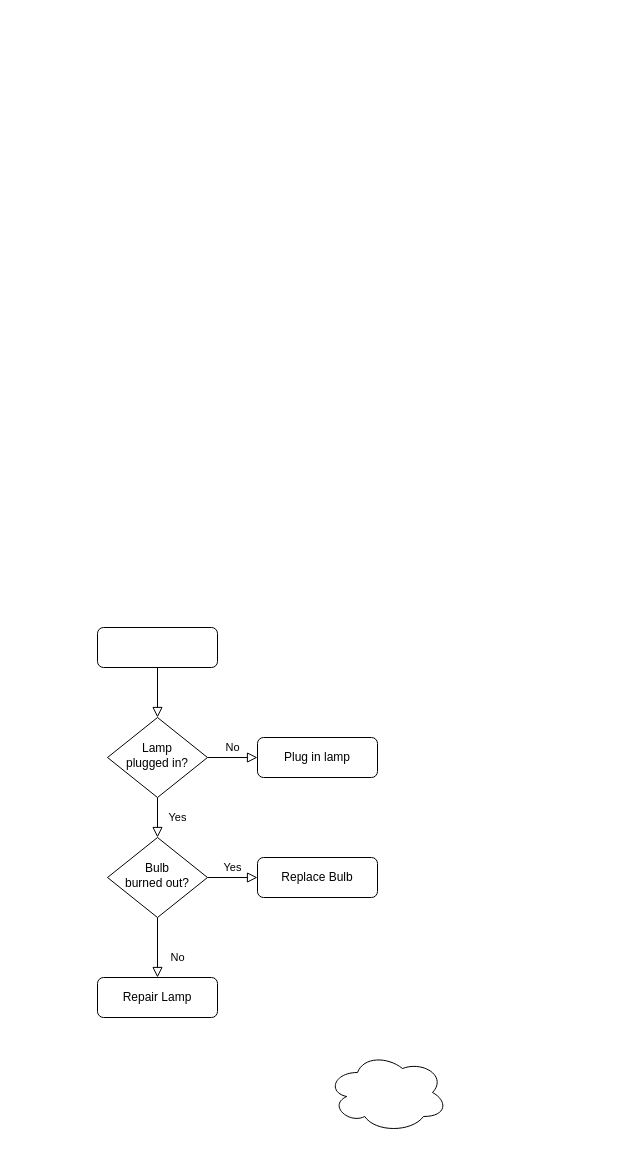
Above: 未命名绘图.drawio in Launche/traffic-simulation (draw.io), before the change. Source tidied: cells renumbered, new cells numbered last; positions are measured from the earlier drawing's top-left corner, leaving out a move shared by most shapes. Both pictures are drawn from the tidied source at 100%, with x=0, y=0 at pixel (97, 627).
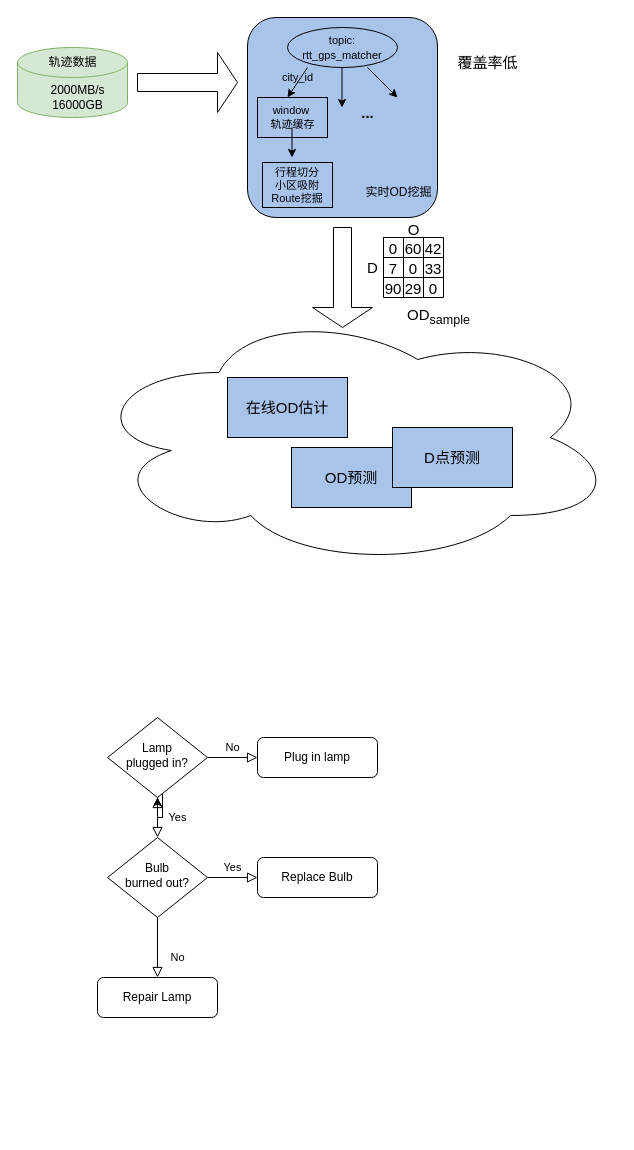
The same page after the edit.

Commit message:
更新未命名绘图.drawio

The change refers to these unchanged cells:
```xml
<mxCell id="6" value="Lamp&lt;br&gt;plugged in?" style="rhombus;whiteSpace=wrap;html=1;shadow=0;fontFamily=Helvetica;fontSize=12;align=center;strokeWidth=1;spacing=6;spacingTop=-4;" parent="1" vertex="1">
  <mxGeometry x="10" y="90" width="100" height="80" as="geometry" />
</mxCell>
```

Diff of the diagram source:
```diff
@@
-    <mxCell id="2" style="rounded=0;html=1;jettySize=auto;fontSize=11;endArrow=block;endFill=0;endSize=8;strokeWidth=1;shadow=0;labelBackgroundColor=none;edgeStyle=orthogonalEdgeStyle;" parent="1" edge="1" source="3" target="6">
-      <mxGeometry relative="1" as="geometry" />
+    <mxCell id="2" style="rounded=0;html=1;jettySize=auto;fontSize=11;endArrow=block;endFill=0;endSize=8;strokeWidth=1;shadow=0;labelBackgroundColor=none;edgeStyle=orthogonalEdgeStyle;" parent="1" edge="1" target="6">
+      <mxGeometry relative="1" as="geometry">
+        <mxPoint x="85" y="140" as="sourcePoint" />
+      </mxGeometry>
     </mxCell>
-    <mxCell id="3" style="rounded=1;whiteSpace=wrap;html=1;fontSize=12;glass=0;strokeWidth=1;shadow=0;" parent="1" vertex="1">
-      <mxGeometry width="120" height="40" as="geometry" />
-    </mxCell>
+    <mxCell id="14" style="edgeStyle=orthogonalEdgeStyle;rounded=0;jettySize=auto;html=1;" parent="1" edge="1" target="6">
+      <mxGeometry relative="1" as="geometry">
+        <mxPoint x="85" y="140" as="sourcePoint" />
+      </mxGeometry>
+    </mxCell>
@@
     <mxCell id="13" style="ellipse;shape=cloud;whiteSpace=wrap;html=1;" parent="1" vertex="1">
-      <mxGeometry x="230" y="425" width="120" height="80" as="geometry" />
+      <mxGeometry x="-11" y="-320" width="530" height="260" as="geometry" />
     </mxCell>
+    <mxCell id="15" style="shape=cylinder3;whiteSpace=wrap;html=1;boundedLbl=1;backgroundOutline=1;size=15;fillColor=#d5e8d4;strokeColor=#82b366;" parent="1" vertex="1">
+      <mxGeometry x="-80" y="-580" width="110" height="70" as="geometry" />
+    </mxCell>
+    <mxCell id="16" value="&lt;br&gt;&lt;span style=&quot;background-color: initial;&quot;&gt;2000MB/s &lt;br&gt;16000GB&lt;/span&gt;&lt;div&gt;&lt;br&gt;&lt;/div&gt;" style="text;html=1;align=center;verticalAlign=middle;strokeColor=none;fillColor=none;" parent="1" vertex="1">
+      <mxGeometry x="-60" y="-565" width="80" height="70" as="geometry" />
+    </mxCell>
+    <mxCell id="17" value="轨迹数据" style="text;html=1;align=center;verticalAlign=middle;strokeColor=none;fillColor=none;" parent="1" vertex="1">
+      <mxGeometry x="-60" y="-580" width="70" height="30" as="geometry" />
+    </mxCell>
+    <mxCell id="18" style="shape=singleArrow;whiteSpace=wrap;html=1;" parent="1" vertex="1">
+      <mxGeometry x="40" y="-575" width="100" height="60" as="geometry" />
+    </mxCell>
+    <mxCell id="19" style="rounded=1;whiteSpace=wrap;html=1;fillColor=#A9C4EB;" parent="1" vertex="1">
+      <mxGeometry x="150" y="-610" width="190" height="200" as="geometry" />
+    </mxCell>
+    <mxCell id="20" value="实时OD挖掘" style="text;html=1;align=center;verticalAlign=middle;strokeColor=none;fillColor=none;" parent="1" vertex="1">
+      <mxGeometry x="256" y="-450" width="90" height="30" as="geometry" />
+    </mxCell>
+    <mxCell id="21" value="&lt;font style=&quot;font-size: 11px;&quot;&gt;topic: rtt_gps_matcher&lt;/font&gt;" style="ellipse;whiteSpace=wrap;html=1;fillColor=#A9C4EB;" parent="1" vertex="1">
+      <mxGeometry x="190" y="-600" width="110" height="40" as="geometry" />
+    </mxCell>
+    <mxCell id="22" style="endArrow=classic;html=1;rounded=0;fontSize=11;" parent="1" edge="1">
+      <mxGeometry relative="1" as="geometry">
+        <mxPoint x="210" y="-560" as="sourcePoint" />
+        <mxPoint x="190" y="-530" as="targetPoint" />
+      </mxGeometry>
+    </mxCell>
+    <mxCell id="23" value="city_id" style="text;html=1;align=center;verticalAlign=middle;strokeColor=none;fillColor=none;fontSize=11;" parent="1" vertex="1">
+      <mxGeometry x="170" y="-565" width="60" height="30" as="geometry" />
+    </mxCell>
+    <mxCell id="24" style="endArrow=classic;html=1;rounded=0;fontSize=11;" parent="1" edge="1">
+      <mxGeometry relative="1" as="geometry">
+        <mxPoint x="244.5" y="-560" as="sourcePoint" />
+        <mxPoint x="244.5" y="-520" as="targetPoint" />
+      </mxGeometry>
+    </mxCell>
+    <mxCell id="25" style="endArrow=classic;html=1;rounded=0;fontSize=11;" parent="1" edge="1">
+      <mxGeometry relative="1" as="geometry">
+        <mxPoint x="270" y="-560" as="sourcePoint" />
+        <mxPoint x="300" y="-530" as="targetPoint" />
+      </mxGeometry>
+    </mxCell>
+    <mxCell id="26" style="ellipse;whiteSpace=wrap;html=1;fontSize=11;" parent="1" vertex="1">
+      <mxGeometry x="160" y="-525" width="70" height="30" as="geometry" />
+    </mxCell>
+    <mxCell id="27" value="window&amp;nbsp;&lt;br&gt;轨迹缓存" style="text;html=1;align=center;verticalAlign=middle;strokeColor=default;fillColor=#A9C4EB;fontSize=11;" parent="1" vertex="1">
+      <mxGeometry x="160" y="-530" width="70" height="40" as="geometry" />
+    </mxCell>
+    <mxCell id="28" style="endArrow=classic;html=1;rounded=0;fontSize=11;" parent="1" edge="1">
+      <mxGeometry relative="1" as="geometry">
+        <mxPoint x="194.5" y="-500" as="sourcePoint" />
+        <mxPoint x="194.5" y="-470" as="targetPoint" />
+      </mxGeometry>
+    </mxCell>
+    <mxCell id="29" value="行程切分&lt;br&gt;小区吸附&lt;br&gt;Route挖掘" style="whiteSpace=wrap;html=1;fontSize=11;fillColor=#A9C4EB;" parent="1" vertex="1">
+      <mxGeometry x="165" y="-465" width="70" height="45" as="geometry" />
+    </mxCell>
+    <mxCell id="30" value="&lt;b&gt;&lt;font style=&quot;font-size: 15px;&quot;&gt;...&lt;/font&gt;&lt;/b&gt;" style="text;html=1;align=center;verticalAlign=middle;strokeColor=none;fillColor=none;fontSize=11;" parent="1" vertex="1">
+      <mxGeometry x="250" y="-530" width="40" height="30" as="geometry" />
+    </mxCell>
+    <mxCell id="31" style="shape=singleArrow;whiteSpace=wrap;html=1;rotation=90;" parent="1" vertex="1">
+      <mxGeometry x="195" y="-380" width="100" height="60" as="geometry" />
+    </mxCell>
+    <mxCell id="32" value="在线OD估计" style="whiteSpace=wrap;html=1;fontSize=15;strokeColor=default;fillColor=#A9C4EB;" parent="1" vertex="1">
+      <mxGeometry x="130" y="-250" width="120" height="60" as="geometry" />
+    </mxCell>
+    <mxCell id="33" style="shape=table;html=1;whiteSpace=wrap;startSize=0;childLayout=tableLayout;fontSize=15;" parent="1" vertex="1">
+      <mxGeometry x="286" y="-390" width="60" height="60" as="geometry" />
+    </mxCell>
+    <mxCell id="34" style="shape=tableRow;horizontal=0;startSize=0;swimlaneHead=0;swimlaneBody=0;top=0;left=0;bottom=0;right=0;fillColor=none;fontSize=15;strokeColor=default;" parent="33" vertex="1">
+      <mxGeometry width="60" height="20" as="geometry" />
+    </mxCell>
+    <mxCell id="35" value="0" style="shape=partialRectangle;html=1;whiteSpace=wrap;fillColor=none;top=0;left=0;bottom=0;right=0;overflow=hidden;fontSize=15;strokeColor=default;" parent="34" vertex="1">
+      <mxGeometry width="20" height="20" as="geometry" />
+    </mxCell>
+    <mxCell id="36" value="60" style="shape=partialRectangle;html=1;whiteSpace=wrap;fillColor=none;top=0;left=0;bottom=0;right=0;overflow=hidden;fontSize=15;strokeColor=default;" parent="34" vertex="1">
+      <mxGeometry x="20" width="20" height="20" as="geometry" />
+    </mxCell>
+    <mxCell id="37" value="42" style="shape=partialRectangle;html=1;whiteSpace=wrap;fillColor=none;top=0;left=0;bottom=0;right=0;overflow=hidden;fontSize=15;strokeColor=default;" parent="34" vertex="1">
+      <mxGeometry x="40" width="20" height="20" as="geometry" />
+    </mxCell>
+    <mxCell id="38" style="shape=tableRow;horizontal=0;startSize=0;swimlaneHead=0;swimlaneBody=0;top=0;left=0;bottom=0;right=0;fillColor=none;fontSize=15;strokeColor=default;" parent="33" vertex="1">
+      <mxGeometry y="20" width="60" height="20" as="geometry" />
+    </mxCell>
+    <mxCell id="39" value="7" style="shape=partialRectangle;html=1;whiteSpace=wrap;fillColor=none;top=0;left=0;bottom=0;right=0;overflow=hidden;fontSize=15;strokeColor=default;" parent="38" vertex="1">
+      <mxGeometry width="20" height="20" as="geometry" />
+    </mxCell>
+    <mxCell id="40" value="0" style="shape=partialRectangle;html=1;whiteSpace=wrap;fillColor=none;top=0;left=0;bottom=0;right=0;overflow=hidden;fontSize=15;strokeColor=default;" parent="38" vertex="1">
+      <mxGeometry x="20" width="20" height="20" as="geometry" />
+    </mxCell>
+    <mxCell id="41" value="33" style="shape=partialRectangle;html=1;whiteSpace=wrap;fillColor=none;top=0;left=0;bottom=0;right=0;overflow=hidden;fontSize=15;strokeColor=default;" parent="38" vertex="1">
+      <mxGeometry x="40" width="20" height="20" as="geometry" />
+    </mxCell>
+    <mxCell id="42" style="shape=tableRow;horizontal=0;startSize=0;swimlaneHead=0;swimlaneBody=0;top=0;left=0;bottom=0;right=0;fillColor=none;fontSize=15;strokeColor=default;" parent="33" vertex="1">
+      <mxGeometry y="40" width="60" height="20" as="geometry" />
+    </mxCell>
+    <mxCell id="43" value="90" style="shape=partialRectangle;html=1;whiteSpace=wrap;fillColor=none;top=0;left=0;bottom=0;right=0;overflow=hidden;fontSize=15;strokeColor=default;" parent="42" vertex="1">
+      <mxGeometry width="20" height="20" as="geometry" />
+    </mxCell>
+    <mxCell id="44" value="29" style="shape=partialRectangle;html=1;whiteSpace=wrap;fillColor=none;top=0;left=0;bottom=0;right=0;overflow=hidden;fontSize=15;strokeColor=default;" parent="42" vertex="1">
+      <mxGeometry x="20" width="20" height="20" as="geometry" />
+    </mxCell>
+    <mxCell id="45" value="0" style="shape=partialRectangle;html=1;whiteSpace=wrap;fillColor=none;top=0;left=0;bottom=0;right=0;overflow=hidden;fontSize=15;strokeColor=default;" parent="42" vertex="1">
+      <mxGeometry x="40" width="20" height="20" as="geometry" />
+    </mxCell>
+    <mxCell id="46" value="O" style="text;html=1;align=center;verticalAlign=middle;strokeColor=none;fillColor=none;fontSize=15;" parent="1" vertex="1">
+      <mxGeometry x="296" y="-413" width="40" height="30" as="geometry" />
+    </mxCell>
+    <mxCell id="47" value="D" style="text;html=1;align=center;verticalAlign=middle;strokeColor=none;fillColor=none;fontSize=15;" parent="1" vertex="1">
+      <mxGeometry x="260" y="-375" width="30" height="30" as="geometry" />
+    </mxCell>
+    <mxCell id="48" value="OD预测" style="whiteSpace=wrap;html=1;fontSize=15;strokeColor=default;fillColor=#A9C4EB;" parent="1" vertex="1">
+      <mxGeometry x="194" y="-180" width="120" height="60" as="geometry" />
+    </mxCell>
+    <mxCell id="49" value="D点预测" style="whiteSpace=wrap;html=1;fontSize=15;strokeColor=default;fillColor=#A9C4EB;" parent="1" vertex="1">
+      <mxGeometry x="295" y="-200" width="120" height="60" as="geometry" />
+    </mxCell>
+    <mxCell id="50" value="覆盖率低" style="text;html=1;align=center;verticalAlign=middle;strokeColor=none;fillColor=none;fontSize=15;" parent="1" vertex="1">
+      <mxGeometry x="350" y="-580" width="80" height="30" as="geometry" />
+    </mxCell>
+    <mxCell id="51" value="OD&lt;sub&gt;sample&lt;/sub&gt;" style="text;html=1;align=center;verticalAlign=middle;strokeColor=none;fillColor=none;fontSize=15;" parent="1" vertex="1">
+      <mxGeometry x="296" y="-326" width="90" height="30" as="geometry" />
+    </mxCell>
```
